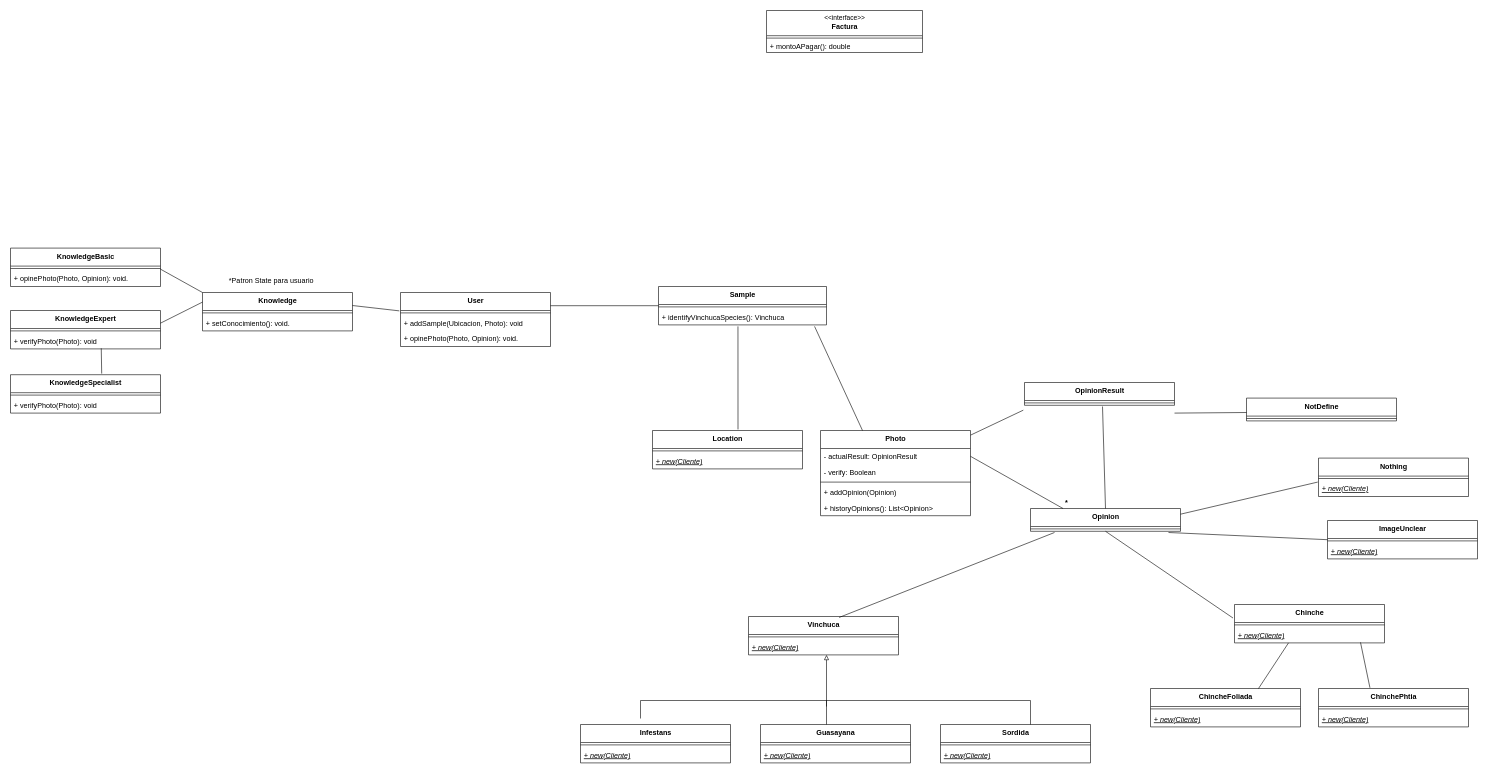
dkippes/TP-Final-Objetos-2 keeps this draw.io diagram as documentacion/UML.drawio. Above is the earlier version. Source tidied: cells renumbered, new cells numbered last; positions are measured from the earlier drawing's top-left corner, leaving out a move shared by most shapes. Both pictures are drawn from the tidied source at 60%, with x=0, y=0 at pixel (10, 10).
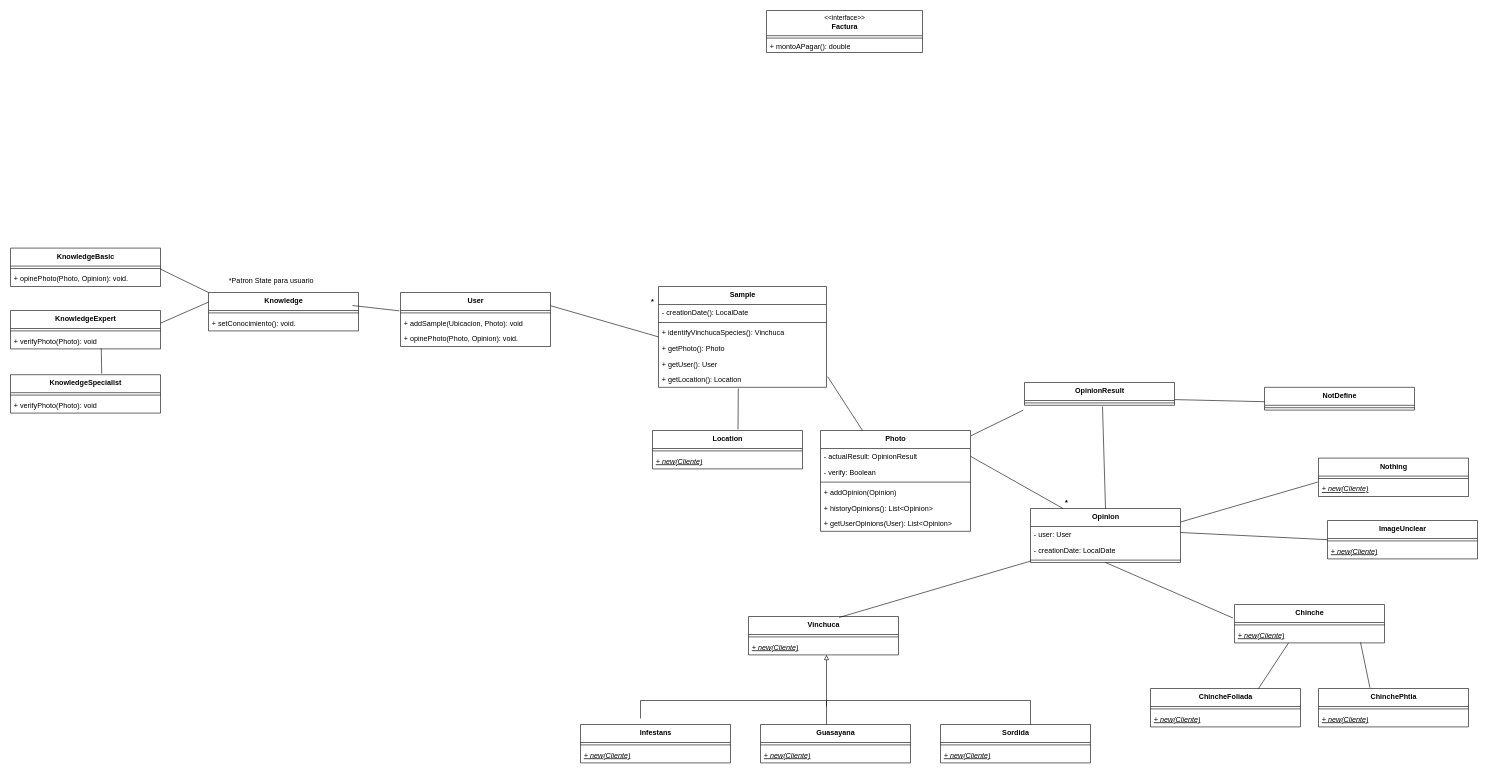
The same page after the edit.

Unchanged cells that the change refers to:
```xml
<mxCell id="12" value="&lt;span style=&quot;font-size: 12px;&quot;&gt;&lt;b&gt;Vinchuca&lt;/b&gt;&lt;/span&gt;" style="swimlane;fontStyle=0;align=center;verticalAlign=top;horizontal=1;startSize=30;html=1;labelBackgroundColor=none;labelBorderColor=none;fontSize=11;" parent="1" vertex="1">
  <mxGeometry x="1230" y="1010" width="250" height="64" as="geometry" />
</mxCell>
<mxCell id="35" value="&lt;span style=&quot;font-size: 12px;&quot;&gt;&lt;b&gt;Location&lt;/b&gt;&lt;/span&gt;" style="swimlane;fontStyle=0;align=center;verticalAlign=top;horizontal=1;startSize=30;html=1;labelBackgroundColor=none;labelBorderColor=none;fontSize=11;" parent="1" vertex="1">
  <mxGeometry x="1070" y="700" width="250" height="64" as="geometry" />
</mxCell>
<mxCell id="55" value="&lt;span style=&quot;font-size: 12px;&quot;&gt;&lt;b&gt;ImageUnclear&lt;/b&gt;&lt;/span&gt;" style="swimlane;fontStyle=0;align=center;verticalAlign=top;horizontal=1;startSize=30;html=1;labelBackgroundColor=none;labelBorderColor=none;fontSize=11;" parent="1" vertex="1">
  <mxGeometry x="2195" y="850" width="250" height="64" as="geometry" />
</mxCell>
<mxCell id="68" value="&lt;span style=&quot;font-size: 12px;&quot;&gt;&lt;b&gt;OpinionResult&lt;/b&gt;&lt;/span&gt;" style="swimlane;fontStyle=0;align=center;verticalAlign=top;horizontal=1;startSize=30;html=1;labelBackgroundColor=none;labelBorderColor=none;fontSize=11;" parent="1" vertex="1">
  <mxGeometry x="1690" y="620" width="250" height="38" as="geometry" />
</mxCell>
```

Diff of the diagram source:
```diff
@@
     <mxCell id="9" value="&lt;span style=&quot;font-size: 12px ; font-weight: 700&quot;&gt;Sample&lt;/span&gt;" style="swimlane;fontStyle=0;align=center;verticalAlign=top;horizontal=1;startSize=30;html=1;labelBackgroundColor=none;labelBorderColor=none;fontSize=11;" parent="1" vertex="1">
-      <mxGeometry x="1080" y="460" width="280" height="64" as="geometry" />
+      <mxGeometry x="1080" y="460" width="280" height="168" as="geometry" />
     </mxCell>
+    <mxCell id="90" value="- creationDate(): LocalDate" style="text;strokeColor=none;fillColor=none;align=left;verticalAlign=top;spacingLeft=4;spacingRight=4;overflow=hidden;fontStyle=0;" parent="9" vertex="1">
+      <mxGeometry y="30" width="280" height="26" as="geometry" />
+    </mxCell>
     <mxCell id="10" style="line;strokeWidth=1;fillColor=none;align=left;verticalAlign=middle;spacingTop=-1;spacingLeft=3;spacingRight=3;labelPosition=right;labelBackgroundColor=none;labelBorderColor=none;fontSize=11;html=1;" parent="9" vertex="1">
-      <mxGeometry y="30" width="280" height="8" as="geometry" />
+      <mxGeometry y="56" width="280" height="8" as="geometry" />
     </mxCell>
     <mxCell id="11" value="+ identifyVinchucaSpecies(): Vinchuca" style="text;strokeColor=none;fillColor=none;align=left;verticalAlign=top;spacingLeft=4;spacingRight=4;overflow=hidden;points=[[0,0.5],[1,0.5]];portConstraint=eastwest;fontStyle=0;" parent="9" vertex="1">
-      <mxGeometry y="38" width="280" height="26" as="geometry" />
+      <mxGeometry y="64" width="280" height="26" as="geometry" />
     </mxCell>
+    <mxCell id="91" value="+ getPhoto(): Photo" style="text;strokeColor=none;fillColor=none;align=left;verticalAlign=top;spacingLeft=4;spacingRight=4;overflow=hidden;fontStyle=0;" parent="9" vertex="1">
+      <mxGeometry y="90" width="280" height="26" as="geometry" />
+    </mxCell>
+    <mxCell id="92" value="+ getUser(): User" style="text;strokeColor=none;fillColor=none;align=left;verticalAlign=top;spacingLeft=4;spacingRight=4;overflow=hidden;fontStyle=0;" parent="9" vertex="1">
+      <mxGeometry y="116" width="280" height="26" as="geometry" />
+    </mxCell>
+    <mxCell id="93" value="+ getLocation(): Location" style="text;strokeColor=none;fillColor=none;align=left;verticalAlign=top;spacingLeft=4;spacingRight=4;overflow=hidden;points=[[0,0.5],[1,0.5]];portConstraint=eastwest;fontStyle=0;" parent="9" vertex="1">
+      <mxGeometry y="142" width="280" height="26" as="geometry" />
+    </mxCell>
@@
     <mxCell id="29" value="&lt;span style=&quot;font-size: 12px;&quot;&gt;&lt;b&gt;Photo&lt;/b&gt;&lt;/span&gt;" style="swimlane;fontStyle=0;align=center;verticalAlign=top;horizontal=1;startSize=30;html=1;labelBackgroundColor=none;labelBorderColor=none;fontSize=11;" parent="1" vertex="1">
-      <mxGeometry x="1350" y="700" width="250" height="142" as="geometry" />
+      <mxGeometry x="1350" y="700" width="250" height="168" as="geometry" />
     </mxCell>
@@
+    <mxCell id="94" value="+ getUserOpinions(User): List&lt;Opinion&gt;" style="text;strokeColor=none;fillColor=none;align=left;verticalAlign=top;spacingLeft=4;spacingRight=4;overflow=hidden;fontStyle=0;" parent="29" vertex="1">
+      <mxGeometry y="142" width="250" height="26" as="geometry" />
+    </mxCell>
@@
-    <mxCell id="38" style="endArrow=none;html=1;rounded=0;entryX=0.473;entryY=1.096;entryDx=0;entryDy=0;entryPerimeter=0;exitX=0.57;exitY=-0.028;exitDx=0;exitDy=0;exitPerimeter=0;" parent="1" edge="1" source="35" target="11">
+    <mxCell id="38" style="endArrow=none;html=1;rounded=0;exitX=0.57;exitY=-0.028;exitDx=0;exitDy=0;exitPerimeter=0;entryX=0.475;entryY=1.077;entryDx=0;entryDy=0;entryPerimeter=0;" parent="1" edge="1" source="35" target="93">
       <mxGeometry relative="1" as="geometry" />
     </mxCell>
@@
-    <mxCell id="40" style="endArrow=none;html=1;rounded=0;entryX=0.929;entryY=1.096;entryDx=0;entryDy=0;entryPerimeter=0;" parent="1" edge="1" target="11">
+    <mxCell id="40" style="endArrow=none;html=1;rounded=0;entryX=1.007;entryY=0.318;entryDx=0;entryDy=0;entryPerimeter=0;" parent="1" edge="1" target="93">
       <mxGeometry relative="1" as="geometry">
         <mxPoint x="1420" y="700" as="sourcePoint" />
       </mxGeometry>
     </mxCell>
@@
     <mxCell id="58" value="&lt;span style=&quot;font-size: 12px;&quot;&gt;&lt;b&gt;Opinion&lt;/b&gt;&lt;/span&gt;" style="swimlane;fontStyle=0;align=center;verticalAlign=top;horizontal=1;startSize=30;html=1;labelBackgroundColor=none;labelBorderColor=none;fontSize=11;" parent="1" vertex="1">
-      <mxGeometry x="1700" y="830" width="250" height="38" as="geometry" />
+      <mxGeometry x="1700" y="830" width="250" height="90" as="geometry" />
     </mxCell>
+    <mxCell id="95" value="- user: User" style="text;strokeColor=none;fillColor=none;align=left;verticalAlign=top;spacingLeft=4;spacingRight=4;overflow=hidden;fontStyle=0;" parent="58" vertex="1">
+      <mxGeometry y="30" width="250" height="26" as="geometry" />
+    </mxCell>
+    <mxCell id="96" value="- creationDate: LocalDate" style="text;strokeColor=none;fillColor=none;align=left;verticalAlign=top;spacingLeft=4;spacingRight=4;overflow=hidden;fontStyle=0;" parent="58" vertex="1">
+      <mxGeometry y="56" width="250" height="26" as="geometry" />
+    </mxCell>
     <mxCell id="59" style="line;strokeWidth=1;fillColor=none;align=left;verticalAlign=middle;spacingTop=-1;spacingLeft=3;spacingRight=3;labelPosition=right;points=[];portConstraint=eastwest;labelBackgroundColor=none;labelBorderColor=none;fontSize=11;html=1;" parent="58" vertex="1">
-      <mxGeometry y="30" width="250" height="8" as="geometry" />
+      <mxGeometry y="82" width="250" height="8" as="geometry" />
     </mxCell>
@@
     <mxCell id="63" style="endArrow=none;html=1;rounded=0;exitX=0;exitY=0.5;exitDx=0;exitDy=0;" parent="1" edge="1" source="55">
       <mxGeometry relative="1" as="geometry">
-        <mxPoint x="1930" y="870" as="targetPoint" />
+        <mxPoint x="1950" y="870" as="targetPoint" />
       </mxGeometry>
     </mxCell>
@@
-    <mxCell id="65" style="endArrow=none;html=1;rounded=0;exitX=0.604;exitY=0.025;exitDx=0;exitDy=0;exitPerimeter=0;" parent="1" edge="1" source="12">
-      <mxGeometry relative="1" as="geometry">
-        <mxPoint x="1740" y="870" as="targetPoint" />
-      </mxGeometry>
+    <mxCell id="65" style="endArrow=none;html=1;rounded=0;exitX=0.604;exitY=0.025;exitDx=0;exitDy=0;exitPerimeter=0;entryX=0.001;entryY=0.697;entryDx=0;entryDy=0;entryPerimeter=0;" parent="1" edge="1" source="12" target="59">
+      <mxGeometry relative="1" as="geometry" />
     </mxCell>
     <mxCell id="66" value="&lt;span style=&quot;font-size: 12px;&quot;&gt;&lt;b&gt;NotDefine&lt;/b&gt;&lt;/span&gt;" style="swimlane;fontStyle=0;align=center;verticalAlign=top;horizontal=1;startSize=30;html=1;labelBackgroundColor=none;labelBorderColor=none;fontSize=11;" parent="1" vertex="1">
-      <mxGeometry x="2060" y="646" width="250" height="38" as="geometry" />
+      <mxGeometry x="2090" y="628" width="250" height="38" as="geometry" />
     </mxCell>
@@
-    <mxCell id="70" style="endArrow=none;html=1;rounded=0;entryX=1;entryY=0.5;entryDx=0;entryDy=0;exitX=0;exitY=0.632;exitDx=0;exitDy=0;exitPerimeter=0;" parent="1" edge="1" source="66">
-      <mxGeometry relative="1" as="geometry">
-        <mxPoint x="1940" y="671" as="targetPoint" />
-      </mxGeometry>
+    <mxCell id="70" style="endArrow=none;html=1;rounded=0;entryX=1;entryY=0.75;entryDx=0;entryDy=0;exitX=0;exitY=0.632;exitDx=0;exitDy=0;exitPerimeter=0;" parent="1" edge="1" source="66" target="68">
+      <mxGeometry relative="1" as="geometry" />
     </mxCell>
@@
     <mxCell id="74" value="&lt;span style=&quot;font-size: 12px;&quot;&gt;&lt;b&gt;Knowledge&lt;/b&gt;&lt;/span&gt;" style="swimlane;fontStyle=0;align=center;verticalAlign=top;horizontal=1;startSize=30;html=1;labelBackgroundColor=none;labelBorderColor=none;fontSize=11;" parent="1" vertex="1">
-      <mxGeometry x="320" y="470" width="250" height="64" as="geometry" />
+      <mxGeometry x="330" y="470" width="250" height="64" as="geometry" />
     </mxCell>
@@
+    <mxCell id="97" value="&lt;b&gt;*&lt;/b&gt;" style="text;html=1;align=center;verticalAlign=middle;strokeColor=none;fillColor=none;" parent="1" vertex="1">
+      <mxGeometry x="1060" y="475" width="20" height="20" as="geometry" />
+    </mxCell>
```
